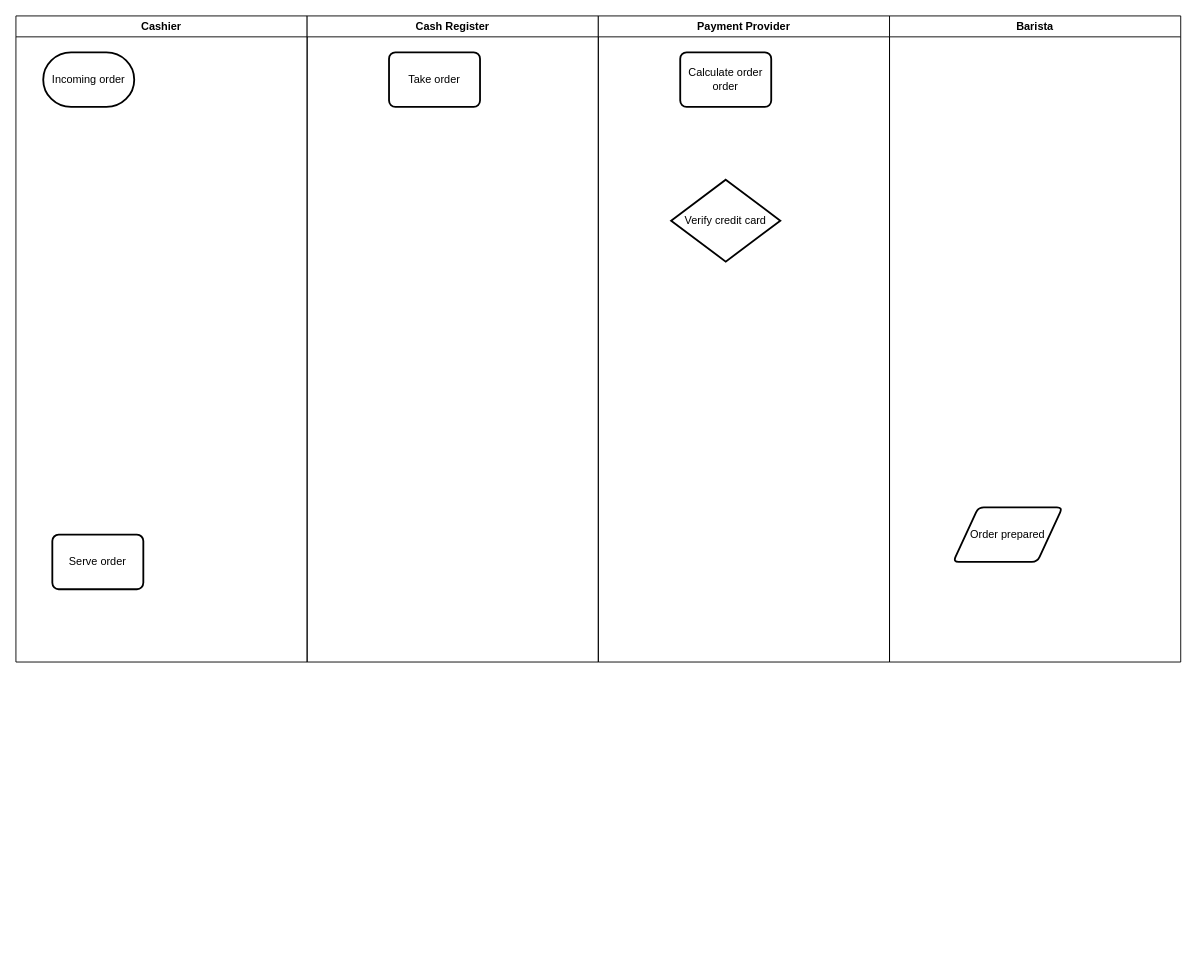
The draw.io diagram Flowchart.drawio in adriennhorvath/architecture, before the edit. Source tidied: cells renumbered, new cells numbered last; positions are measured from the earlier drawing's top-left corner, leaving out a move shared by most shapes. Both pictures are drawn from the tidied source at 91%, with x=0, y=0 at pixel (15, 15).
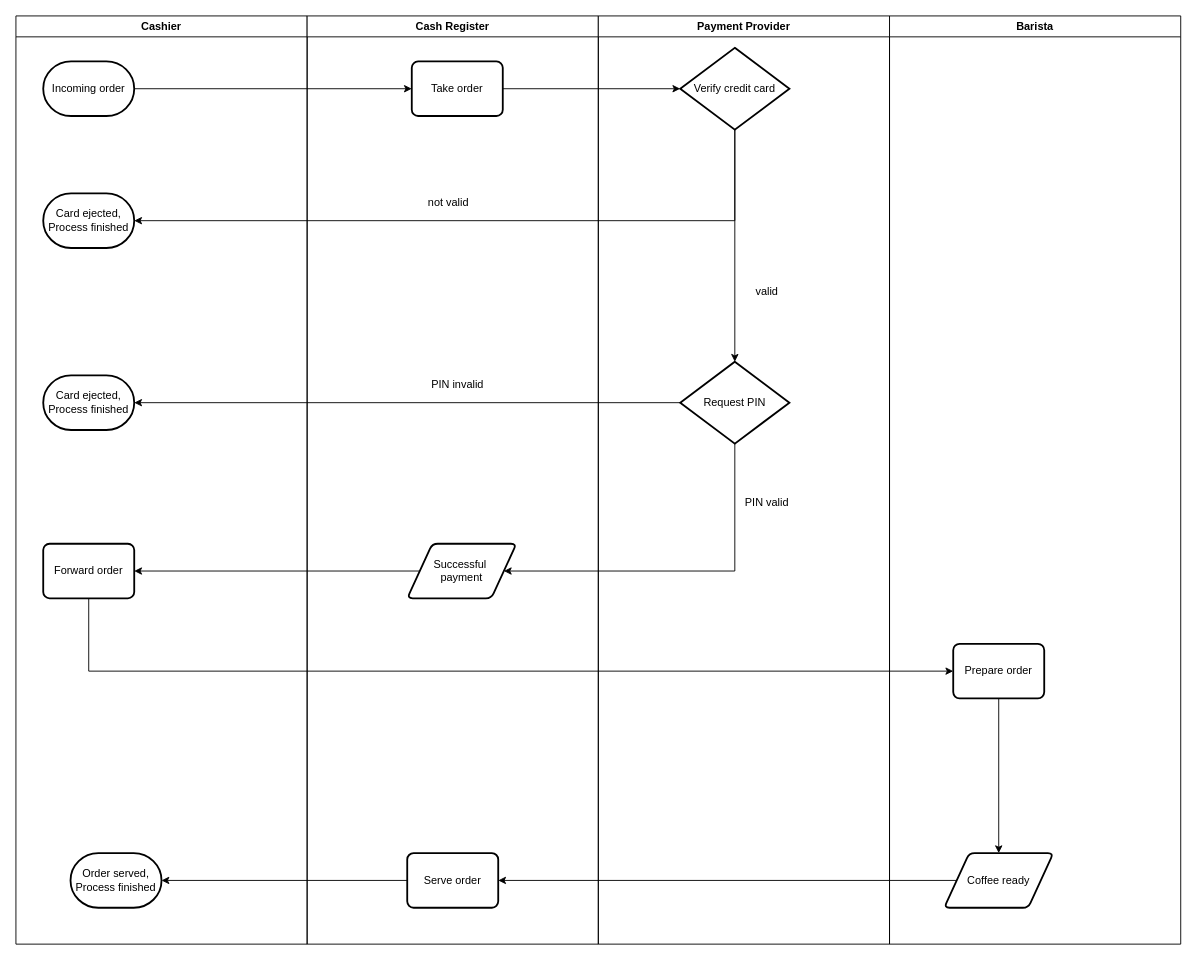
Above is the later version.

Change to the diagram source:
```diff
@@
     <mxCell id="2" value="Cashier" style="swimlane;whiteSpace=wrap;html=1;" parent="1" vertex="1">
-      <mxGeometry width="320" height="710" as="geometry" />
+      <mxGeometry width="320" height="1020" as="geometry" />
     </mxCell>
     <mxCell id="3" value="Incoming order" style="strokeWidth=2;html=1;shape=mxgraph.flowchart.terminator;whiteSpace=wrap;" parent="2" vertex="1">
-      <mxGeometry x="30" y="40" width="100" height="60" as="geometry" />
+      <mxGeometry x="30" y="50" width="100" height="60" as="geometry" />
     </mxCell>
-    <mxCell id="4" value="Serve order" style="rounded=1;whiteSpace=wrap;html=1;absoluteArcSize=1;arcSize=14;strokeWidth=2;" parent="2" vertex="1">
-      <mxGeometry x="40" y="570" width="100" height="60" as="geometry" />
-    </mxCell>
+    <mxCell id="12" value="Card ejected, Process finished" style="strokeWidth=2;html=1;shape=mxgraph.flowchart.terminator;whiteSpace=wrap;" parent="2" vertex="1">
+      <mxGeometry x="30" y="195" width="100" height="60" as="geometry" />
+    </mxCell>
+    <mxCell id="13" value="Card ejected, Process finished" style="strokeWidth=2;html=1;shape=mxgraph.flowchart.terminator;whiteSpace=wrap;" parent="2" vertex="1">
+      <mxGeometry x="30" y="395" width="100" height="60" as="geometry" />
+    </mxCell>
+    <mxCell id="14" value="Order served, Process finished" style="strokeWidth=2;html=1;shape=mxgraph.flowchart.terminator;whiteSpace=wrap;" parent="2" vertex="1">
+      <mxGeometry x="60" y="920" width="100" height="60" as="geometry" />
+    </mxCell>
+    <mxCell id="15" value="Forward order" style="rounded=1;whiteSpace=wrap;html=1;absoluteArcSize=1;arcSize=14;strokeWidth=2;" parent="2" vertex="1">
+      <mxGeometry x="30" y="580" width="100" height="60" as="geometry" />
+    </mxCell>
     <mxCell id="5" value="Cash Register" style="swimlane;whiteSpace=wrap;html=1;" parent="1" vertex="1">
-      <mxGeometry x="320" width="320" height="710" as="geometry" />
+      <mxGeometry x="320" width="320" height="1020" as="geometry" />
     </mxCell>
     <mxCell id="6" value="Take order" style="rounded=1;whiteSpace=wrap;html=1;absoluteArcSize=1;arcSize=14;strokeWidth=2;" parent="5" vertex="1">
-      <mxGeometry x="90" y="40" width="100" height="60" as="geometry" />
+      <mxGeometry x="115" y="50" width="100" height="60" as="geometry" />
     </mxCell>
+    <mxCell id="16" value="not valid" style="text;html=1;align=center;verticalAlign=middle;strokeColor=none;fillColor=none;" parent="5" vertex="1">
+      <mxGeometry x="120" y="190" width="70" height="30" as="geometry" />
+    </mxCell>
+    <mxCell id="17" value="PIN invalid" style="text;html=1;align=center;verticalAlign=middle;strokeColor=none;fillColor=none;" parent="5" vertex="1">
+      <mxGeometry x="125" y="390" width="80" height="30" as="geometry" />
+    </mxCell>
+    <mxCell id="18" value="Successful&amp;nbsp;&lt;div&gt;payment&lt;/div&gt;" style="shape=parallelogram;html=1;strokeWidth=2;perimeter=parallelogramPerimeter;whiteSpace=wrap;rounded=1;arcSize=12;size=0.23;" parent="5" vertex="1">
+      <mxGeometry x="110" y="580" width="120" height="60" as="geometry" />
+    </mxCell>
+    <mxCell id="4" value="Serve order" style="rounded=1;whiteSpace=wrap;html=1;absoluteArcSize=1;arcSize=14;strokeWidth=2;" parent="5" vertex="1">
+      <mxGeometry x="110" y="920" width="100" height="60" as="geometry" />
+    </mxCell>
     <mxCell id="7" value="Payment Provider" style="swimlane;whiteSpace=wrap;html=1;" parent="1" vertex="1">
-      <mxGeometry x="640" width="320" height="710" as="geometry" />
+      <mxGeometry x="640" width="320" height="1020" as="geometry" />
     </mxCell>
     <mxCell id="8" value="Verify credit card" style="strokeWidth=2;html=1;shape=mxgraph.flowchart.decision;whiteSpace=wrap;" parent="7" vertex="1">
-      <mxGeometry x="80" y="180" width="120" height="90" as="geometry" />
+      <mxGeometry x="90" y="35" width="120" height="90" as="geometry" />
     </mxCell>
-    <mxCell id="9" value="Calculate order order" style="rounded=1;whiteSpace=wrap;html=1;absoluteArcSize=1;arcSize=14;strokeWidth=2;" parent="7" vertex="1">
-      <mxGeometry x="90" y="40" width="100" height="60" as="geometry" />
-    </mxCell>
+    <mxCell id="19" value="Request PIN" style="strokeWidth=2;html=1;shape=mxgraph.flowchart.decision;whiteSpace=wrap;" parent="7" vertex="1">
+      <mxGeometry x="90" y="380" width="120" height="90" as="geometry" />
+    </mxCell>
+    <mxCell id="20" value="valid" style="text;html=1;align=center;verticalAlign=middle;strokeColor=none;fillColor=none;" parent="7" vertex="1">
+      <mxGeometry x="160" y="288" width="50" height="30" as="geometry" />
+    </mxCell>
+    <mxCell id="21" style="edgeStyle=orthogonalEdgeStyle;rounded=0;jettySize=auto;html=1;entryX=0.5;entryY=0;entryDx=0;entryDy=0;entryPerimeter=0;" parent="7" edge="1" source="8" target="19">
+      <mxGeometry relative="1" as="geometry" />
+    </mxCell>
+    <mxCell id="22" value="PIN valid" style="text;html=1;align=center;verticalAlign=middle;strokeColor=none;fillColor=none;" parent="7" vertex="1">
+      <mxGeometry x="150" y="520" width="70" height="30" as="geometry" />
+    </mxCell>
     <mxCell id="10" value="Barista" style="swimlane;whiteSpace=wrap;html=1;" parent="1" vertex="1">
-      <mxGeometry x="960" width="320" height="710" as="geometry" />
+      <mxGeometry x="960" width="320" height="1020" as="geometry" />
     </mxCell>
-    <mxCell id="11" value="Order prepared" style="shape=parallelogram;html=1;strokeWidth=2;perimeter=parallelogramPerimeter;whiteSpace=wrap;rounded=1;arcSize=12;size=0.23;" parent="10" vertex="1">
-      <mxGeometry x="70" y="540" width="120" height="60" as="geometry" />
+    <mxCell id="11" value="Coffee ready" style="shape=parallelogram;html=1;strokeWidth=2;perimeter=parallelogramPerimeter;whiteSpace=wrap;rounded=1;arcSize=12;size=0.23;" parent="10" vertex="1">
+      <mxGeometry x="60" y="920" width="120" height="60" as="geometry" />
     </mxCell>
+    <mxCell id="23" style="edgeStyle=orthogonalEdgeStyle;rounded=0;jettySize=auto;html=1;exitX=0.5;exitY=1;exitDx=0;exitDy=0;entryX=0.5;entryY=0;entryDx=0;entryDy=0;" parent="10" edge="1" source="24" target="11">
+      <mxGeometry relative="1" as="geometry" />
+    </mxCell>
+    <mxCell id="24" value="Prepare order" style="rounded=1;whiteSpace=wrap;html=1;absoluteArcSize=1;arcSize=14;strokeWidth=2;" parent="10" vertex="1">
+      <mxGeometry x="70" y="690" width="100" height="60" as="geometry" />
+    </mxCell>
+    <mxCell id="25" style="edgeStyle=orthogonalEdgeStyle;rounded=0;jettySize=auto;html=1;entryX=1;entryY=0.5;entryDx=0;entryDy=0;entryPerimeter=0;" parent="1" edge="1" source="19" target="13">
+      <mxGeometry relative="1" as="geometry" />
+    </mxCell>
+    <mxCell id="26" style="edgeStyle=orthogonalEdgeStyle;rounded=0;jettySize=auto;html=1;" parent="1" edge="1" source="3" target="6">
+      <mxGeometry relative="1" as="geometry" />
+    </mxCell>
+    <mxCell id="27" style="edgeStyle=orthogonalEdgeStyle;rounded=0;jettySize=auto;html=1;exitX=1;exitY=0.5;exitDx=0;exitDy=0;entryX=0;entryY=0.5;entryDx=0;entryDy=0;entryPerimeter=0;" parent="1" edge="1" source="6" target="8">
+      <mxGeometry relative="1" as="geometry" />
+    </mxCell>
+    <mxCell id="28" style="edgeStyle=orthogonalEdgeStyle;rounded=0;jettySize=auto;html=1;exitX=0.5;exitY=1;exitDx=0;exitDy=0;exitPerimeter=0;entryX=1;entryY=0.5;entryDx=0;entryDy=0;entryPerimeter=0;" parent="1" edge="1" source="8" target="12">
+      <mxGeometry relative="1" as="geometry" />
+    </mxCell>
+    <mxCell id="29" style="edgeStyle=orthogonalEdgeStyle;rounded=0;jettySize=auto;html=1;exitX=0.5;exitY=1;exitDx=0;exitDy=0;exitPerimeter=0;entryX=1;entryY=0.5;entryDx=0;entryDy=0;" parent="1" edge="1" source="19" target="18">
+      <mxGeometry relative="1" as="geometry">
+        <Array as="points">
+          <mxPoint x="790" y="610" />
+        </Array>
+      </mxGeometry>
+    </mxCell>
+    <mxCell id="30" style="edgeStyle=orthogonalEdgeStyle;rounded=0;jettySize=auto;html=1;" parent="1" edge="1" source="18" target="15">
+      <mxGeometry relative="1" as="geometry" />
+    </mxCell>
+    <mxCell id="31" style="edgeStyle=orthogonalEdgeStyle;rounded=0;jettySize=auto;html=1;exitX=0.5;exitY=1;exitDx=0;exitDy=0;entryX=0;entryY=0.5;entryDx=0;entryDy=0;" parent="1" edge="1" source="15" target="24">
+      <mxGeometry relative="1" as="geometry" />
+    </mxCell>
+    <mxCell id="32" style="edgeStyle=orthogonalEdgeStyle;rounded=0;jettySize=auto;html=1;" parent="1" edge="1" source="11" target="4">
+      <mxGeometry relative="1" as="geometry" />
+    </mxCell>
+    <mxCell id="33" style="edgeStyle=orthogonalEdgeStyle;rounded=0;jettySize=auto;html=1;entryX=1;entryY=0.5;entryDx=0;entryDy=0;entryPerimeter=0;" parent="1" edge="1" source="4" target="14">
+      <mxGeometry relative="1" as="geometry" />
+    </mxCell>
```
